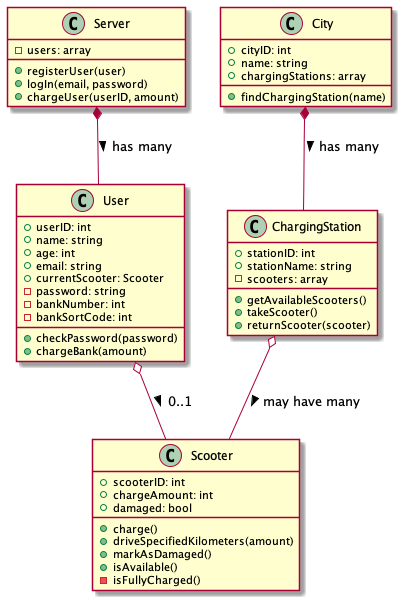
The PlantUML diagram assignments/scooter_hire/uml/class_diagram.png in mylesgordon/bootcamp_examples, before a commit.
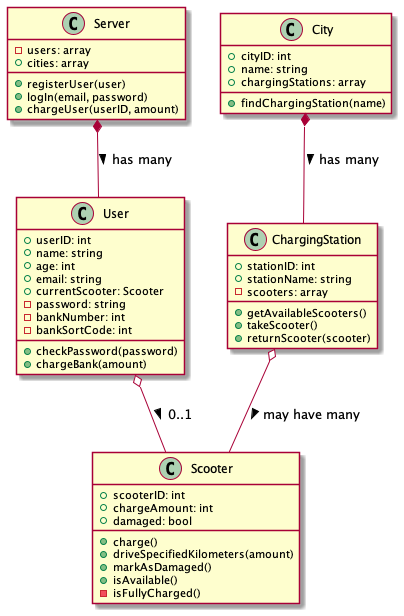
The same file after the commit.

Commit message:
Scooter: added cities into the server

The edit, as a diff of the source:
```diff
@@ -1,6 +1,7 @@
 @startuml
 class Server {
     - users: array
+    + cities: array
     + registerUser(user)
     + logIn(email, password)
     + chargeUser(userID, amount)
```
